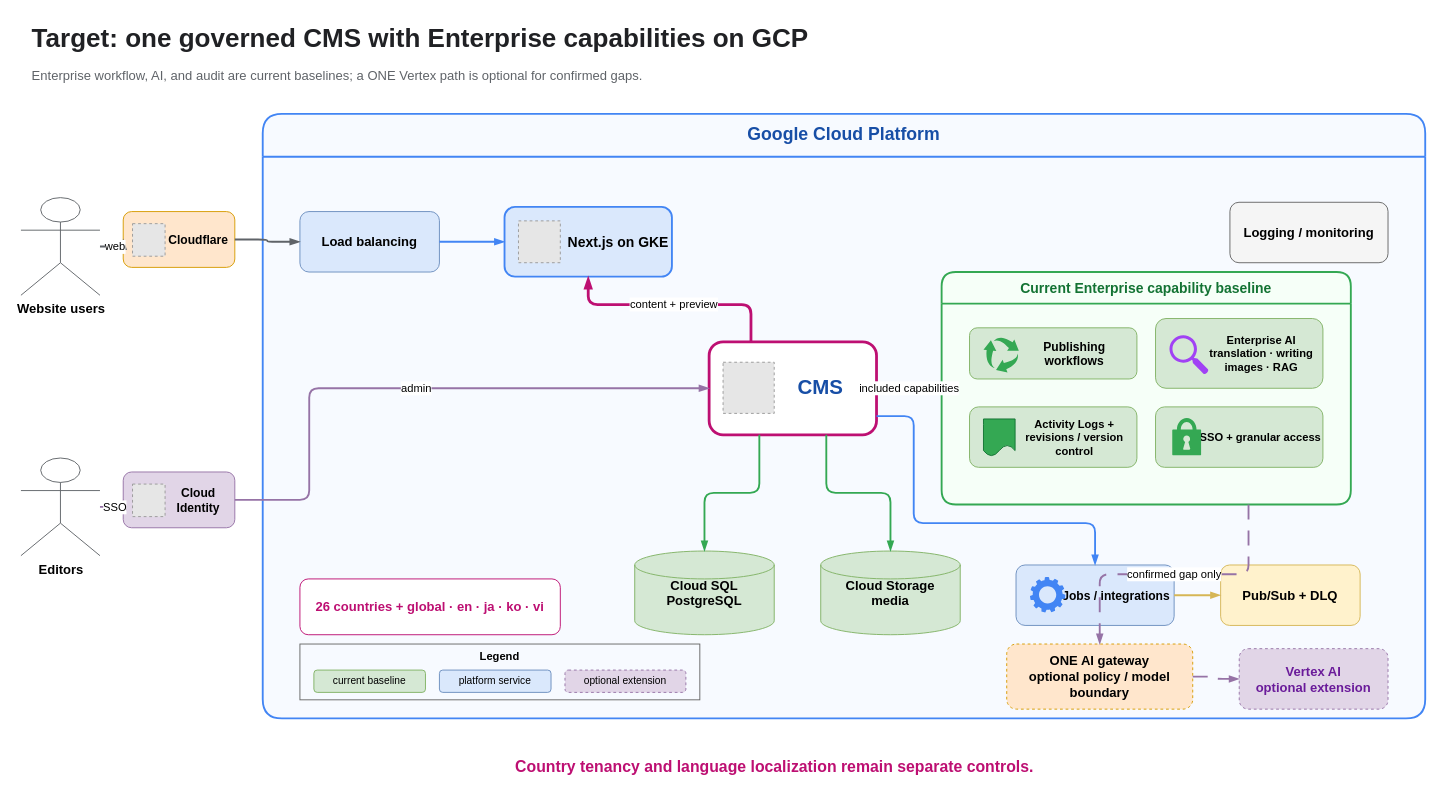
Above: docs/demo/diagrams/target-cms-gcp.drawio in lednhatkhanh/payloadcms-demo (draw.io), before the change. Source tidied: cells renumbered, new cells numbered last; positions are measured from the earlier drawing's top-left corner, leaving out a move shared by most shapes. Both pictures are drawn from the tidied source at 93%, with x=0, y=0 at pixel (20, 16). Pictures stored in the file or linked from it are replaced by grey dashed boxes.
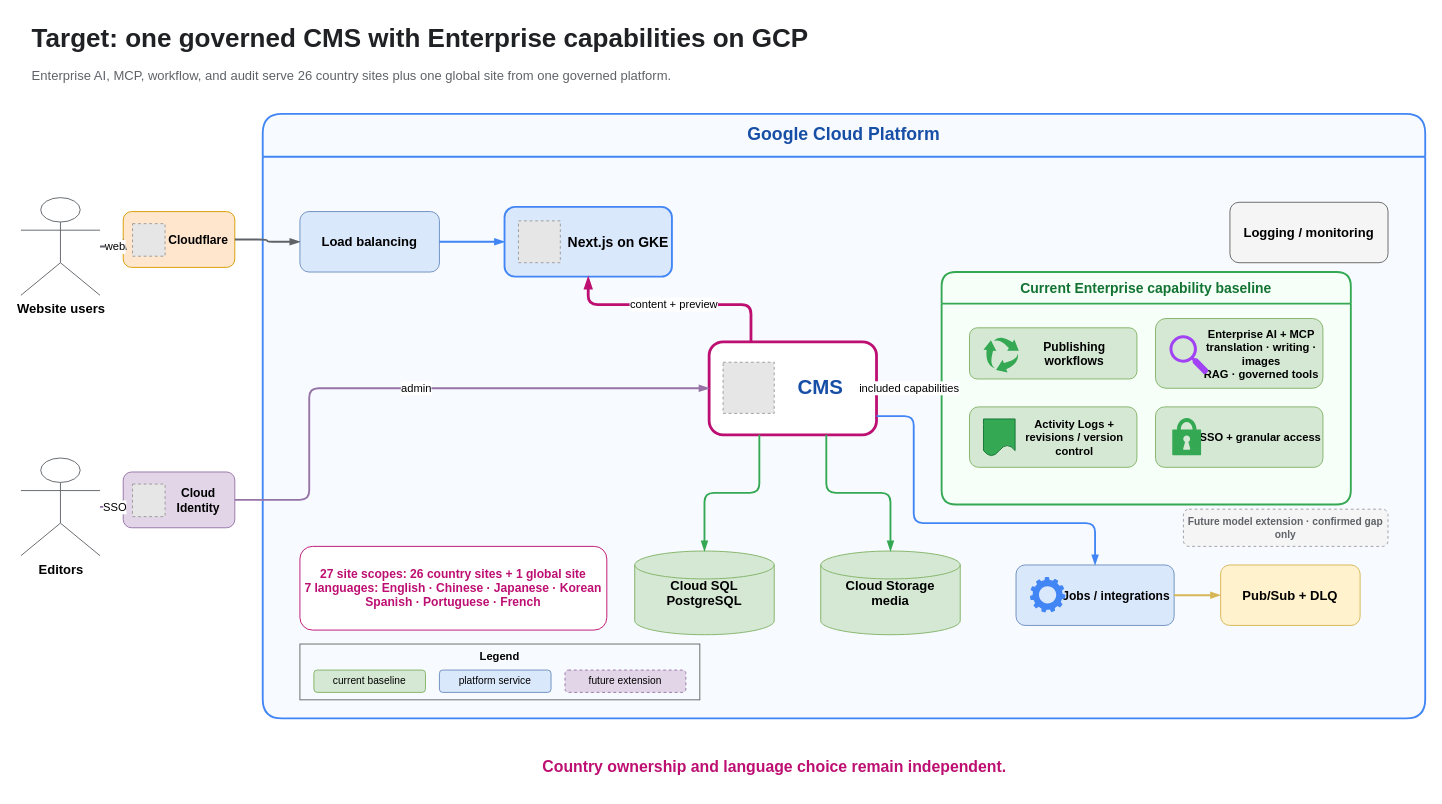
After the change.

Unchanged cells that the change refers to:
```xml
<mxCell id="4" value="Google Cloud Platform" style="swimlane;startSize=46;horizontal=1;rounded=1;whiteSpace=wrap;html=1;fontFamily=Helvetica;fontSize=19;fontStyle=1;fontColor=#174EA6;fillColor=#F7FAFF;swimlaneFillColor=#F7FAFF;strokeColor=#4285F4;strokeWidth=2;" parent="1" vertex="1">
  <mxGeometry x="260" y="105" width="1250" height="650" as="geometry" />
</mxCell>
<mxCell id="12" value="Current Enterprise capability baseline" style="swimlane;startSize=34;horizontal=1;rounded=1;whiteSpace=wrap;html=1;fontFamily=Helvetica;fontSize=15;fontStyle=1;fontColor=#137333;fillColor=#F6FFF8;swimlaneFillColor=#F6FFF8;strokeColor=#34A853;strokeWidth=2;" parent="4" vertex="1">
  <mxGeometry x="730" y="170" width="440" height="250" as="geometry" />
</mxCell>
<mxCell id="35" value="Legend" style="rounded=0;whiteSpace=wrap;html=1;fillColor=none;strokeColor=#666666;verticalAlign=top;fontFamily=Helvetica;fontSize=12;fontStyle=1;" parent="4" vertex="1">
  <mxGeometry x="40" y="570" width="430" height="60" as="geometry" />
</mxCell>
```

The edit, as a diff of the source:
```diff
@@
-    <mxCell id="3" value="Enterprise workflow, AI, and audit are current baselines; a ONE Vertex path is optional for confirmed gaps." style="text;html=1;align=left;verticalAlign=middle;fontFamily=Helvetica;fontSize=14;fontColor=#5F6368;" parent="1" vertex="1">
+    <mxCell id="3" value="Enterprise AI, MCP, workflow, and audit serve 26 country sites plus one global site from one governed platform." style="text;html=1;align=left;verticalAlign=middle;fontFamily=Helvetica;fontSize=14;fontColor=#5F6368;" parent="1" vertex="1">
       <mxGeometry x="10" y="50" width="1450" height="28" as="geometry" />
     </mxCell>
@@
-    <mxCell id="14" value="Enterprise AI&#10;translation · writing&#10;images · RAG" style="rounded=1;whiteSpace=wrap;html=1;fontFamily=Helvetica;fontSize=12;fontStyle=1;align=center;spacingLeft=48;fillColor=#D5E8D4;strokeColor=#82B366;" parent="12" vertex="1">
+    <mxCell id="14" value="Enterprise AI + MCP&#10;translation · writing · images&#10;RAG · governed tools" style="rounded=1;whiteSpace=wrap;html=1;fontFamily=Helvetica;fontSize=12;fontStyle=1;align=center;spacingLeft=48;fillColor=#D5E8D4;strokeColor=#82B366;" parent="12" vertex="1">
       <mxGeometry x="230" y="50" width="180" height="75" as="geometry" />
     </mxCell>
@@
-    <mxCell id="21" value="ONE AI gateway&#10;optional policy / model boundary" style="rounded=1;whiteSpace=wrap;html=1;fontFamily=Helvetica;fontSize=14;fontStyle=1;fillColor=#FFE6CC;strokeColor=#D79B00;dashed=1;" parent="4" vertex="1">
-      <mxGeometry x="800" y="570" width="200" height="70" as="geometry" />
+    <mxCell id="21" value="Future model extension · confirmed gap only" style="rounded=1;whiteSpace=wrap;html=1;fontFamily=Helvetica;fontSize=11;fontStyle=1;fontColor=#5F6368;fillColor=#F5F5F5;strokeColor=#9AA0A6;dashed=1;" parent="4" vertex="1">
+      <mxGeometry x="990" y="425" width="220" height="40" as="geometry" />
     </mxCell>
-    <mxCell id="22" value="Vertex AI&#10;optional extension" style="rounded=1;whiteSpace=wrap;html=1;fontFamily=Helvetica;fontSize=14;fontStyle=1;fontColor=#6A1B9A;fillColor=#E1D5E7;strokeColor=#9673A6;dashed=1;" parent="4" vertex="1">
-      <mxGeometry x="1050" y="575" width="160" height="65" as="geometry" />
-    </mxCell>
@@
-    <mxCell id="24" value="26 countries + global  ·  en · ja · ko · vi" style="rounded=1;whiteSpace=wrap;html=1;fontFamily=Helvetica;fontSize=14;fontStyle=1;fontColor=#BD0F72;fillColor=#FFFFFF;strokeColor=#BD0F72;" parent="4" vertex="1">
-      <mxGeometry x="40" y="500" width="280" height="60" as="geometry" />
+    <mxCell id="24" value="27 site scopes: 26 country sites + 1 global site&#10;7 languages: English · Chinese · Japanese · Korean&#10;Spanish · Portuguese · French" style="rounded=1;whiteSpace=wrap;html=1;fontFamily=Helvetica;fontSize=13;fontStyle=1;fontColor=#BD0F72;fillColor=#FFFFFF;strokeColor=#BD0F72;" parent="4" vertex="1">
+      <mxGeometry x="40" y="465" width="330" height="90" as="geometry" />
     </mxCell>
-    <mxCell id="25" value="Country tenancy and language localization remain separate controls." style="text;html=1;align=center;verticalAlign=middle;fontFamily=Helvetica;fontSize=17;fontStyle=1;fontColor=#BD0F72;" parent="1" vertex="1">
+    <mxCell id="25" value="Country ownership and language choice remain independent." style="text;html=1;align=center;verticalAlign=middle;fontFamily=Helvetica;fontSize=17;fontStyle=1;fontColor=#BD0F72;" parent="1" vertex="1">
       <mxGeometry x="430" y="785" width="760" height="45" as="geometry" />
     </mxCell>
@@
-    <mxCell id="38" value="optional extension" style="rounded=1;whiteSpace=wrap;html=1;fontFamily=Helvetica;fontSize=11;fillColor=#E1D5E7;strokeColor=#9673A6;dashed=1;" parent="35" vertex="1">
+    <mxCell id="38" value="future extension" style="rounded=1;whiteSpace=wrap;html=1;fontFamily=Helvetica;fontSize=11;fillColor=#E1D5E7;strokeColor=#9673A6;dashed=1;" parent="35" vertex="1">
       <mxGeometry x="285" y="28" width="130" height="24" as="geometry" />
     </mxCell>
@@
-    <mxCell id="50" value="confirmed gap only" style="edgeStyle=orthogonalEdgeStyle;rounded=1;jettySize=auto;html=1;endArrow=blockThin;endFill=1;strokeColor=#9673A6;strokeWidth=2;dashed=1;dashPattern=8 6;fontFamily=Helvetica;fontSize=12;labelBackgroundColor=#FFFFFF;exitX=0.75;exitY=1;entryX=0.5;entryY=0;" parent="4" edge="1" source="12" target="21">
-      <mxGeometry relative="1" as="geometry" />
-    </mxCell>
-    <mxCell id="51" style="edgeStyle=orthogonalEdgeStyle;rounded=1;jettySize=auto;html=1;endArrow=blockThin;endFill=1;strokeColor=#9673A6;strokeWidth=2;dashed=1;dashPattern=8 6;exitX=1;exitY=0.5;entryX=0;entryY=0.5;" parent="4" edge="1" source="21" target="22">
-      <mxGeometry relative="1" as="geometry" />
-    </mxCell>
```
